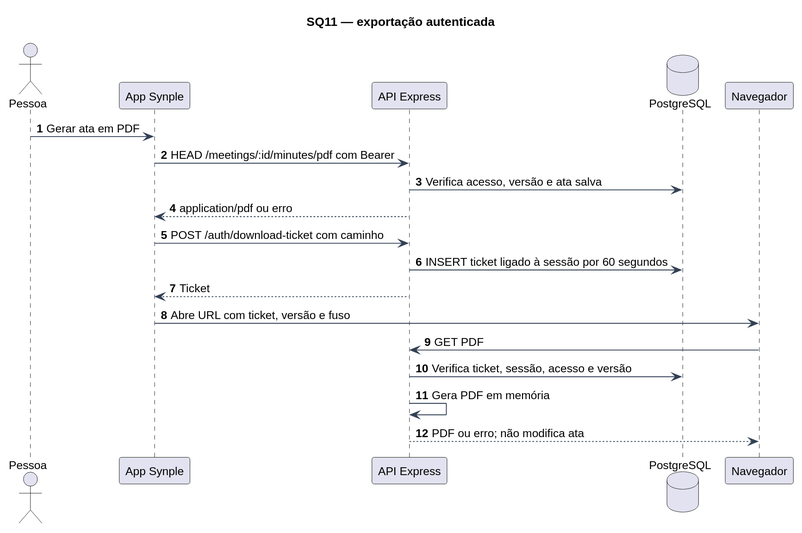
Above: docs/Diagramas/ENTREGA_DEFINITIVA/renderizados/seq-pdf.svg in skzun/BRTPDS2 (PlantUML), before the change. Its source is kept beside it as docs/Diagramas/ENTREGA_DEFINITIVA/fontes/seq-pdf.puml. Its diagram source:
```plantuml
@startuml
!pragma layout smetana
skinparam backgroundColor white
skinparam shadowing false
skinparam defaultFontName SansSerif
skinparam defaultFontSize 13
skinparam ArrowColor #334155
skinparam packageStyle rectangle
skinparam classAttributeIconSize 0
skinparam roundcorner 5
skinparam dpi 130
title SQ11 — exportação autenticada
autonumber
actor Pessoa
participant "App Synple" as App
participant "API Express" as API
database PostgreSQL as DB
participant Navegador
Pessoa -> App : Gerar ata em PDF
App -> API : HEAD /meetings/:id/minutes/pdf com Bearer
API -> DB : Verifica acesso, versão e ata salva
API --> App : application/pdf ou erro
App -> API : POST /auth/download-ticket com caminho
API -> DB : INSERT ticket ligado à sessão por 60 segundos
API --> App : Ticket
App -> Navegador : Abre URL com ticket, versão e fuso
Navegador -> API : GET PDF
API -> DB : Verifica ticket, sessão, acesso e versão
API -> API : Gera PDF em memória
API --> Navegador : PDF ou erro; não modifica ata
@enduml
```
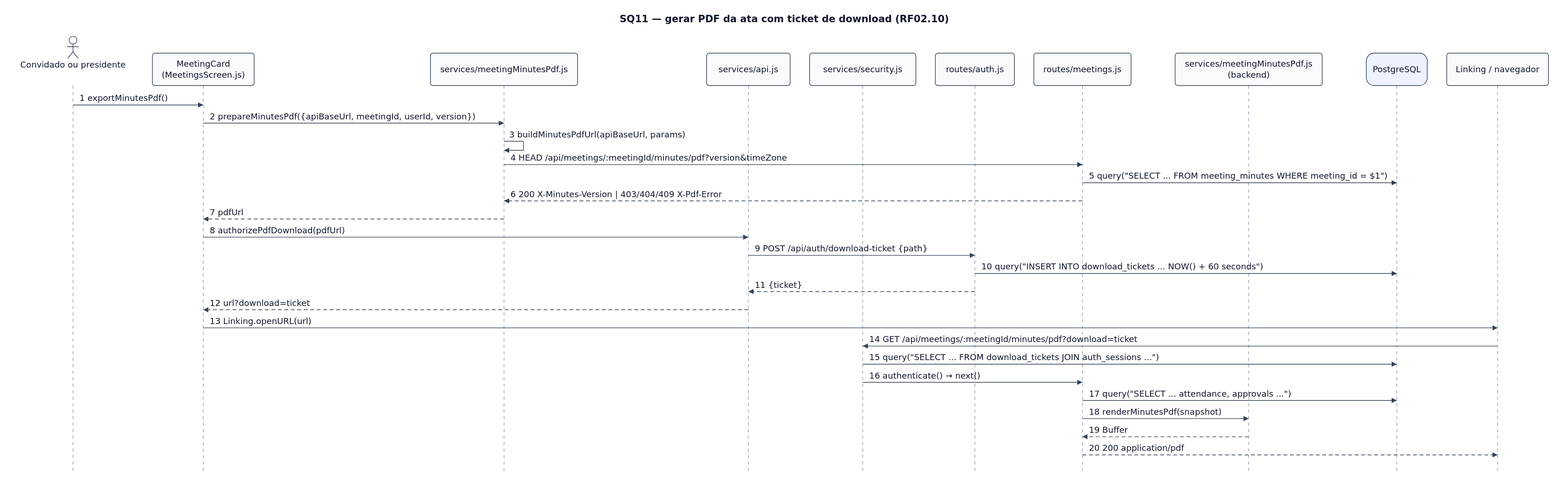
After the commit.

Diff of the diagram source:
```diff
@@ -5,27 +5,40 @@
 skinparam defaultFontName SansSerif
 skinparam defaultFontSize 13
 skinparam ArrowColor #334155
-skinparam packageStyle rectangle
-skinparam classAttributeIconSize 0
 skinparam roundcorner 5
 skinparam dpi 130
-title SQ11 — exportação autenticada
+skinparam sequenceMessageAlign left
+hide footbox
 autonumber
-actor Pessoa
-participant "App Synple" as App
-participant "API Express" as API
-database PostgreSQL as DB
-participant Navegador
-Pessoa -> App : Gerar ata em PDF
-App -> API : HEAD /meetings/:id/minutes/pdf com Bearer
-API -> DB : Verifica acesso, versão e ata salva
-API --> App : application/pdf ou erro
-App -> API : POST /auth/download-ticket com caminho
-API -> DB : INSERT ticket ligado à sessão por 60 segundos
-API --> App : Ticket
-App -> Navegador : Abre URL com ticket, versão e fuso
-Navegador -> API : GET PDF
-API -> DB : Verifica ticket, sessão, acesso e versão
-API -> API : Gera PDF em memória
-API --> Navegador : PDF ou erro; não modifica ata
+title SQ11 — gerar PDF da ata com ticket de download (RF02.10)
+actor "Convidado ou presidente" as U
+participant "MeetingCard\n(MeetingsScreen.js)" as UI
+participant "services/meetingMinutesPdf.js" as Pdf
+participant "services/api.js" as Api
+participant "services/security.js" as Sec
+participant "routes/auth.js" as Auth
+participant "routes/meetings.js" as R
+participant "services/meetingMinutesPdf.js\n(backend)" as Gen
+database "PostgreSQL" as DB
+participant "Linking / navegador" as Nav
+U -> UI : exportMinutesPdf()
+UI -> Pdf : prepareMinutesPdf({apiBaseUrl, meetingId, userId, version})
+Pdf -> Pdf : buildMinutesPdfUrl(apiBaseUrl, params)
+Pdf -> R : HEAD /api/meetings/:meetingId/minutes/pdf?version&timeZone
+R -> DB : query("SELECT ... FROM meeting_minutes WHERE meeting_id = $1")
+R --> Pdf : 200 X-Minutes-Version | 403/404/409 X-Pdf-Error
+Pdf --> UI : pdfUrl
+UI -> Api : authorizePdfDownload(pdfUrl)
+Api -> Auth : POST /api/auth/download-ticket {path}
+Auth -> DB : query("INSERT INTO download_tickets ... NOW() + 60 seconds")
+Auth --> Api : {ticket}
+Api --> UI : url?download=ticket
+UI -> Nav : Linking.openURL(url)
+Nav -> Sec : GET /api/meetings/:meetingId/minutes/pdf?download=ticket
+Sec -> DB : query("SELECT ... FROM download_tickets JOIN auth_sessions ...")
+Sec -> R : authenticate() → next()
+R -> DB : query("SELECT ... attendance, approvals ...")
+R -> Gen : renderMinutesPdf(snapshot)
+Gen --> R : Buffer
+R --> Nav : 200 application/pdf
 @enduml
```
